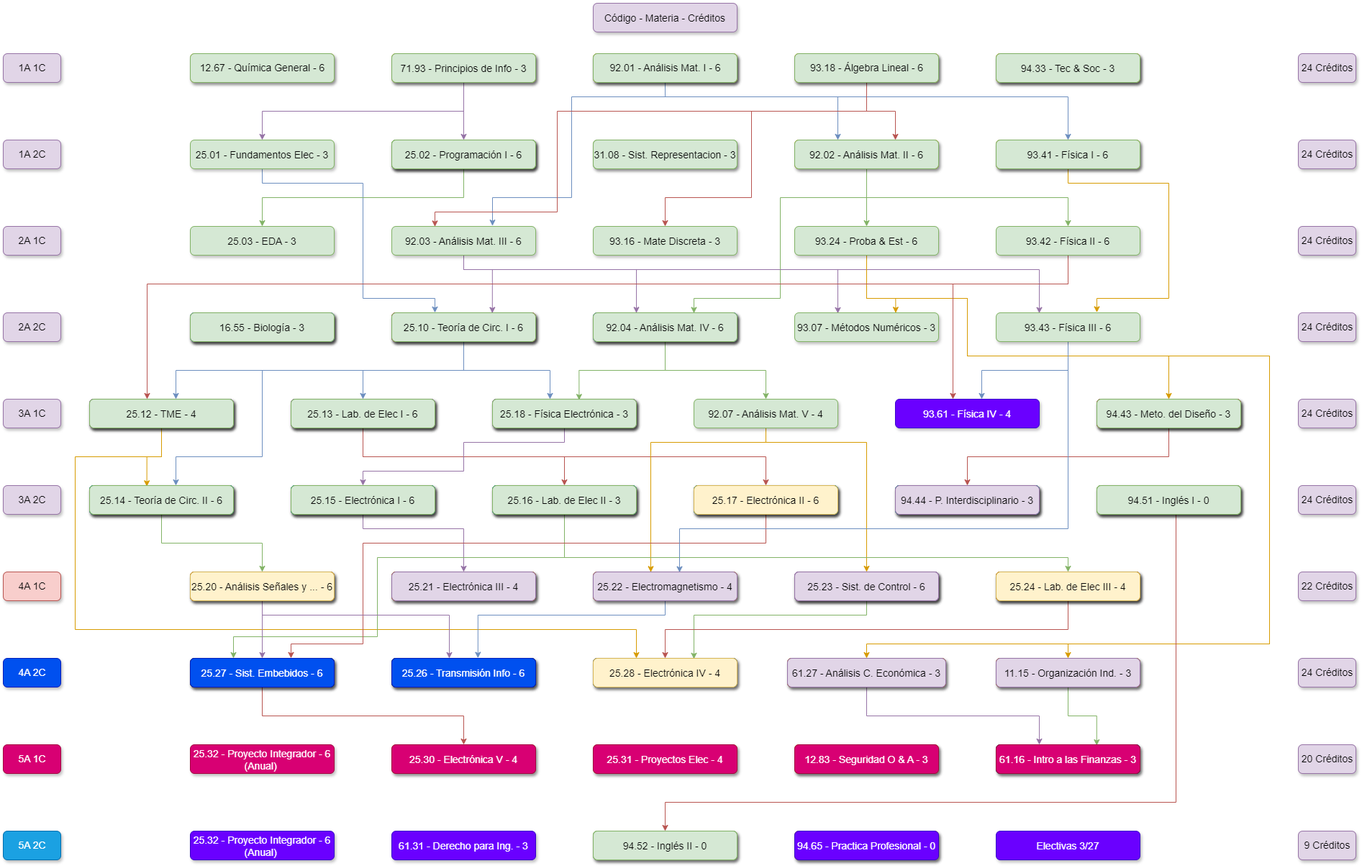
The draw.io diagram K22.drawio.png in juanipla/K22, before a commit. Source tidied: cells renumbered, new cells last; positions are measured from the earlier drawing's top-left corner, leaving out a move shared by most shapes.
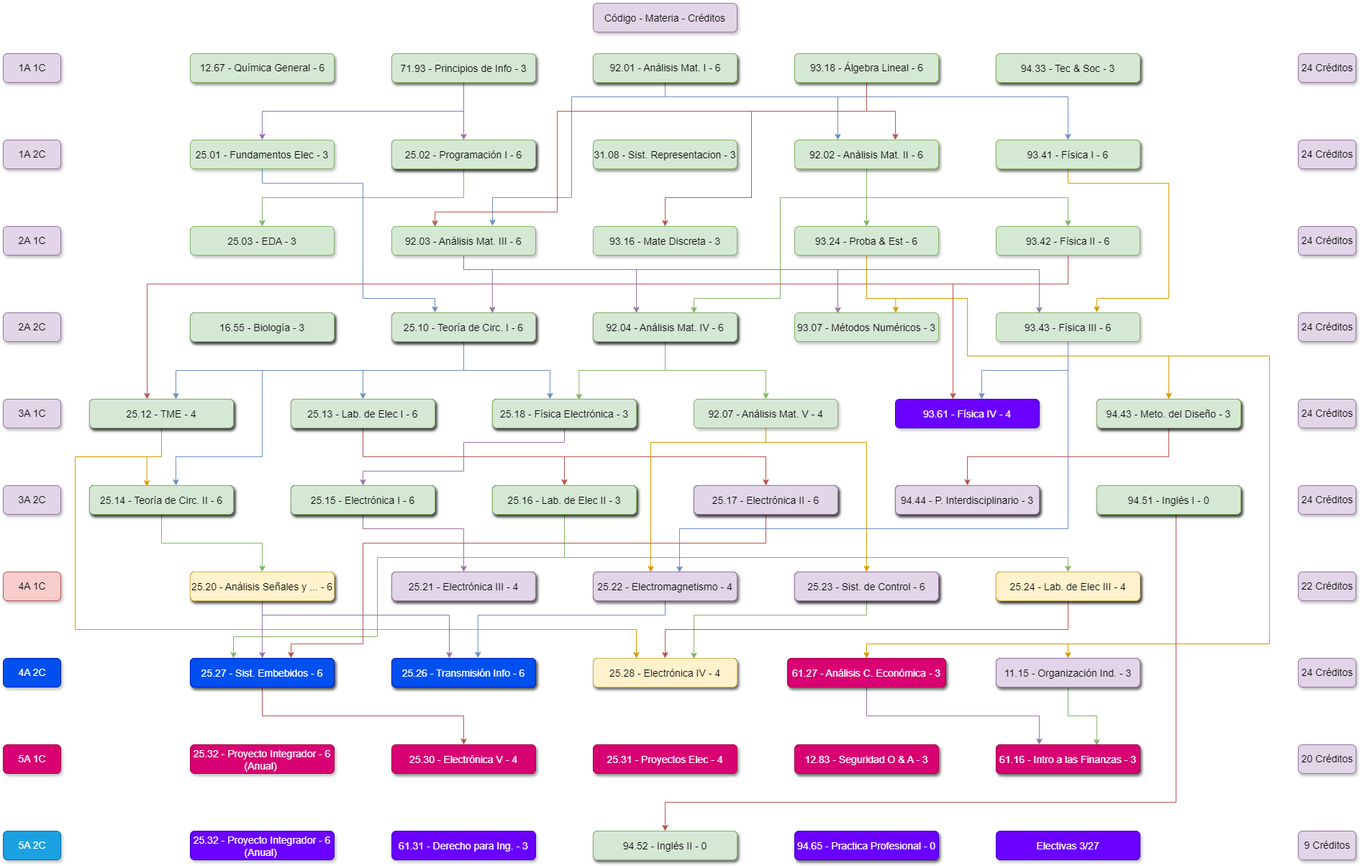
The same file after the commit.

Change to the diagram source:
```diff
@@ -880,7 +880,7 @@
     <mxCell id="203" value="25.16 - Lab. de Elec II - 3" style="rounded=1;fillColor=#d5e8d4;strokeColor=#82b366;shadow=1;fontStyle=0;fontSize=14;labelBorderColor=none;labelBackgroundColor=none;verticalAlign=middle;" parent="1" vertex="1">
       <mxGeometry x="680" y="670" width="200" height="40" as="geometry" />
     </mxCell>
-    <mxCell id="204" value="25.17 - Electrónica II - 6" style="rounded=1;fillColor=#fff2cc;strokeColor=#d6b656;shadow=1;fontStyle=0;fontSize=14;labelBorderColor=none;labelBackgroundColor=none;verticalAlign=middle;" parent="1" vertex="1">
+    <mxCell id="204" value="25.17 - Electrónica II - 6" style="rounded=1;fillColor=#e1d5e7;strokeColor=#9673a6;shadow=1;fontStyle=0;fontSize=14;labelBorderColor=none;labelBackgroundColor=none;verticalAlign=middle;" parent="1" vertex="1">
       <mxGeometry x="960" y="670" width="200" height="40" as="geometry" />
     </mxCell>
     <mxCell id="205" value="94.44 - P. Interdisciplinario - 3" style="rounded=1;fillColor=#e1d5e7;strokeColor=#9673a6;shadow=1;fontStyle=0;fontSize=14;labelBorderColor=none;labelBackgroundColor=none;verticalAlign=middle;" parent="1" vertex="1">
@@ -907,7 +907,7 @@
     <mxCell id="212" value="25.26 - Transmisión Info - 6" style="rounded=1;fillColor=#0050ef;strokeColor=#001DBC;shadow=1;fontStyle=0;fontSize=14;labelBorderColor=none;labelBackgroundColor=none;fontColor=#ffffff;" parent="1" vertex="1">
       <mxGeometry x="540" y="910" width="200" height="40" as="geometry" />
     </mxCell>
-    <mxCell id="213" value="61.27 - Análisis C. Económica - 3" style="rounded=1;fillColor=#e1d5e7;strokeColor=#9673a6;shadow=1;fontStyle=0;fontSize=14;labelBorderColor=none;labelBackgroundColor=none;verticalAlign=middle;" parent="1" vertex="1">
+    <mxCell id="213" value="61.27 - Análisis C. Económica - 3" style="rounded=1;fillColor=#d80073;strokeColor=#A50040;shadow=1;fontStyle=0;fontSize=14;labelBorderColor=none;labelBackgroundColor=none;verticalAlign=middle;fontColor=#ffffff;" parent="1" vertex="1">
       <mxGeometry x="1090" y="910" width="220" height="40" as="geometry" />
     </mxCell>
     <mxCell id="214" value="11.15 - Organización Ind. - 3" style="rounded=1;fillColor=#e1d5e7;strokeColor=#9673a6;shadow=1;fontStyle=0;fontSize=14;labelBorderColor=none;labelBackgroundColor=none;verticalAlign=middle;" parent="1" vertex="1">
```
